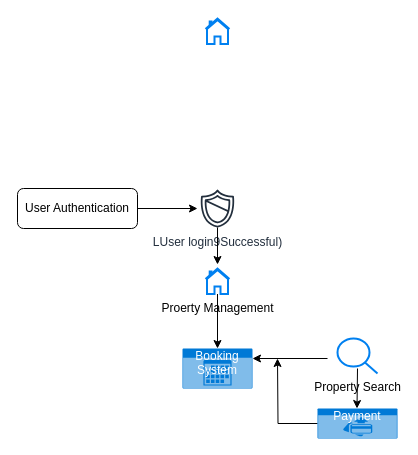
steve9948/alx-airbnb-project-documentation keeps this draw.io diagram as features-and-functionalities/Untitled Diagram.drawio. Above is the earlier version. Source tidied: cells renumbered, new cells numbered last; positions are measured from the earlier drawing's top-left corner, leaving out a move shared by most shapes. Both pictures are drawn from the tidied source at 100%, with x=0, y=0 at pixel (17, 18).
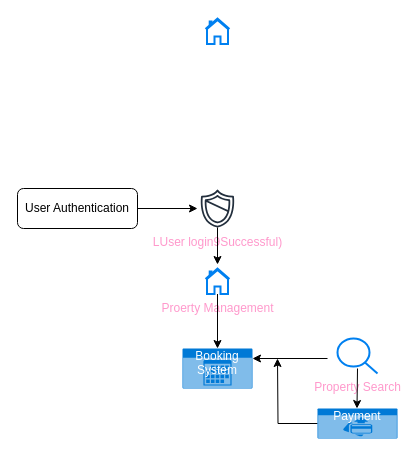
Above is the later version.

Diff of the diagram source:
```diff
@@
 <mxGraphModel>
   <root>
     <mxCell id="0" />
     <mxCell id="1" parent="0" />
     <mxCell id="2" value="User Authentication" style="rounded=1;whiteSpace=wrap;html=1;" parent="1" vertex="1">
       <mxGeometry y="170" width="120" height="40" as="geometry" />
     </mxCell>
-    <mxCell id="3" value="LUser login9Successful)" style="sketch=0;outlineConnect=0;fontColor=#232F3E;gradientColor=none;fillColor=#232F3D;strokeColor=none;dashed=0;verticalLabelPosition=bottom;verticalAlign=top;align=center;html=1;fontSize=12;fontStyle=0;shape=mxgraph.aws4.shield2;" parent="1" vertex="1">
+    <mxCell id="3" value="LUser login9Successful)" style="sketch=0;outlineConnect=0;fontColor=#FF99CC;gradientColor=none;fillColor=#232F3D;strokeColor=none;dashed=0;verticalLabelPosition=bottom;verticalAlign=top;align=center;html=1;fontSize=12;fontStyle=0;shape=mxgraph.aws4.shield2;" parent="1" vertex="1">
       <mxGeometry x="180" y="170" width="40" height="40" as="geometry" />
     </mxCell>
     <mxCell id="4" style="endArrow=classic;html=1;rounded=0;exitX=1;exitY=0.5;exitDx=0;exitDy=0;" parent="1" edge="1" source="2" target="3">
       <mxGeometry relative="1" as="geometry" />
     </mxCell>
     <mxCell id="5" style="html=1;verticalLabelPosition=bottom;align=center;labelBackgroundColor=#ffffff;verticalAlign=top;strokeWidth=2;strokeColor=#0080F0;shadow=0;dashed=0;shape=mxgraph.ios7.icons.home;" parent="1" vertex="1">
       <mxGeometry x="188" width="24" height="25.5" as="geometry" />
     </mxCell>
     <mxCell id="6" style="endArrow=classic;html=1;rounded=0;" parent="1" edge="1" source="3">
       <mxGeometry relative="1" as="geometry">
         <mxPoint x="200" y="246" as="targetPoint" />
       </mxGeometry>
     </mxCell>
-    <mxCell id="7" value="Proerty Management" style="html=1;verticalLabelPosition=bottom;align=center;labelBackgroundColor=#ffffff;verticalAlign=top;strokeWidth=2;strokeColor=#0080F0;shadow=0;dashed=0;shape=mxgraph.ios7.icons.home;" parent="1" vertex="1">
+    <mxCell id="7" value="Proerty Management" style="html=1;verticalLabelPosition=bottom;align=center;labelBackgroundColor=#ffffff;verticalAlign=top;strokeWidth=2;strokeColor=#0080F0;shadow=0;dashed=0;shape=mxgraph.ios7.icons.home;fontColor=#FF99CC;" parent="1" vertex="1">
       <mxGeometry x="188" y="250" width="24" height="25.5" as="geometry" />
     </mxCell>
     <mxCell id="8" value="Booking System" style="html=1;whiteSpace=wrap;strokeColor=none;fillColor=#0079D6;labelPosition=center;verticalLabelPosition=middle;verticalAlign=top;align=center;fontSize=12;outlineConnect=0;spacingTop=-6;fontColor=#FFFFFF;sketch=0;shape=mxgraph.sitemap.calendar;" parent="1" vertex="1">
       <mxGeometry x="165" y="330" width="70" height="40" as="geometry" />
     </mxCell>
     <mxCell id="9" style="endArrow=classic;html=1;rounded=0;entryX=0.5;entryY=0;entryDx=0;entryDy=0;entryPerimeter=0;" parent="1" edge="1" source="7" target="8">
       <mxGeometry relative="1" as="geometry" />
     </mxCell>
     <mxCell id="10" style="endArrow=classic;html=1;rounded=0;entryX=1;entryY=0.25;entryDx=0;entryDy=0;entryPerimeter=0;" parent="1" edge="1" target="8">
       <mxGeometry relative="1" as="geometry">
         <mxPoint x="310" y="340" as="sourcePoint" />
       </mxGeometry>
     </mxCell>
-    <mxCell id="11" value="Property Search" style="html=1;verticalLabelPosition=bottom;align=center;labelBackgroundColor=#ffffff;verticalAlign=top;strokeWidth=2;strokeColor=#0080F0;shadow=0;dashed=0;shape=mxgraph.ios7.icons.looking_glass;" parent="1" vertex="1">
+    <mxCell id="11" value="Property Search" style="html=1;verticalLabelPosition=bottom;align=center;labelBackgroundColor=#ffffff;verticalAlign=top;strokeWidth=2;strokeColor=#0080F0;shadow=0;dashed=0;shape=mxgraph.ios7.icons.looking_glass;fontColor=#FF99CC;" parent="1" vertex="1">
       <mxGeometry x="320" y="320" width="40" height="35" as="geometry" />
     </mxCell>
     <mxCell id="12" style="edgeStyle=orthogonalEdgeStyle;rounded=0;jettySize=auto;html=1;" parent="1" edge="1" source="13">
       <mxGeometry relative="1" as="geometry">
         <mxPoint x="260" y="340" as="targetPoint" />
       </mxGeometry>
     </mxCell>
     <mxCell id="13" value="Payment" style="html=1;whiteSpace=wrap;strokeColor=none;fillColor=#0079D6;labelPosition=center;verticalLabelPosition=middle;verticalAlign=top;align=center;fontSize=12;outlineConnect=0;spacingTop=-6;fontColor=#FFFFFF;sketch=0;shape=mxgraph.sitemap.payment;" parent="1" vertex="1">
       <mxGeometry x="300" y="390" width="80" height="30" as="geometry" />
     </mxCell>
     <mxCell id="14" style="endArrow=classic;html=1;rounded=0;entryX=0.5;entryY=0;entryDx=0;entryDy=0;entryPerimeter=0;" parent="1" edge="1">
       <mxGeometry relative="1" as="geometry">
         <mxPoint x="340" y="350" as="sourcePoint" />
         <mxPoint x="339.5" y="390" as="targetPoint" />
       </mxGeometry>
     </mxCell>
   </root>
 </mxGraphModel>
```
